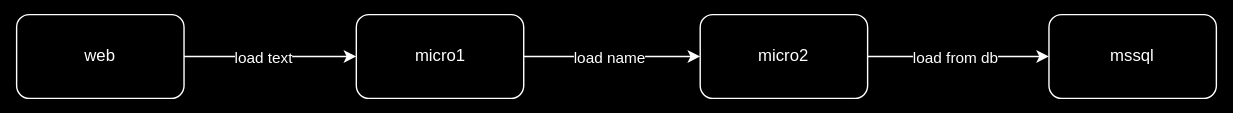
Above: docs/sample-app.drawio.svg in andreasgerner/distributed-tracing (draw.io), before the change. Source tidied: cells renumbered, new cells last; positions are measured from the earlier drawing's top-left corner, leaving out a move shared by most shapes.
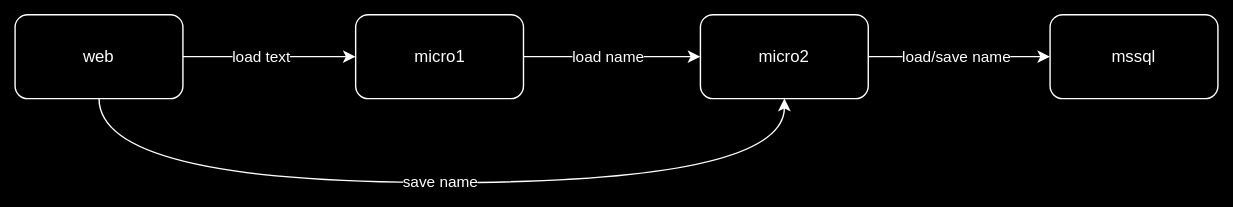
After the commit.

Commit message:
✨ extend sample application

What changed in the source:
```diff
@@ -8,6 +8,19 @@
     <mxCell id="3" value="load text" style="edgeLabel;html=1;align=center;verticalAlign=middle;" parent="2" vertex="1">
       <mxGeometry x="-0.1" relative="1" as="geometry" />
     </mxCell>
+    <mxCell id="12" style="edgeStyle=orthogonalEdgeStyle;rounded=0;jettySize=auto;html=1;curved=1;" parent="1" edge="1" source="4" target="10">
+      <mxGeometry relative="1" as="geometry">
+        <Array as="points">
+          <mxPoint x="60" y="120" />
+          <mxPoint x="550" y="120" />
+        </Array>
+      </mxGeometry>
+    </mxCell>
+    <mxCell id="13" value="save name" style="edgeLabel;html=1;align=center;verticalAlign=middle;" parent="12" vertex="1">
+      <mxGeometry x="-0.01" relative="1" as="geometry">
+        <mxPoint x="1" as="offset" />
+      </mxGeometry>
+    </mxCell>
     <mxCell id="4" value="web" style="rounded=1;whiteSpace=wrap;html=1;" parent="1" vertex="1">
       <mxGeometry width="120" height="60" as="geometry" />
     </mxCell>
@@ -25,7 +38,7 @@
     <mxCell id="8" style="edgeStyle=orthogonalEdgeStyle;rounded=0;jettySize=auto;html=1;" parent="1" edge="1" source="10" target="11">
       <mxGeometry relative="1" as="geometry" />
     </mxCell>
-    <mxCell id="9" value="load from db" style="edgeLabel;html=1;align=center;verticalAlign=middle;" parent="8" vertex="1">
+    <mxCell id="9" value="load/save name" style="edgeLabel;html=1;align=center;verticalAlign=middle;" parent="8" vertex="1">
       <mxGeometry x="-0.04" y="1" relative="1" as="geometry">
         <mxPoint y="1" as="offset" />
       </mxGeometry>
```
